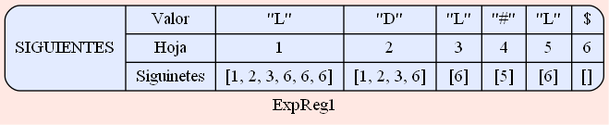
This is SIGUIENTES_202000119/Siguientes_ExpReg1.png from SergieArizandieta/OLC1-P1-202000119, a Graphviz export, as it was before one commit. Its source is kept beside it as SIGUIENTES_202000119/Siguientes_ExpReg1.dot.
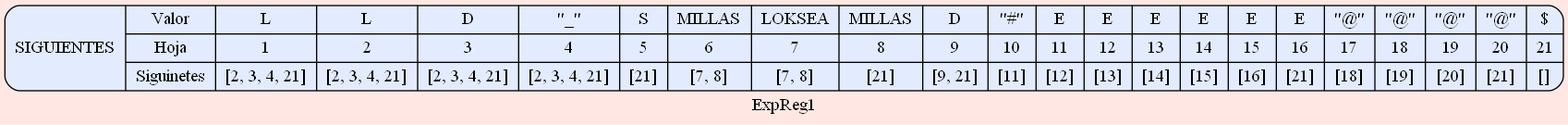
Later version of the same file.

The edit, as a diff of the source:
```diff
@@ -3,11 +3,26 @@
  node [shape=Mrecord fillcolor="#E3EBFF" style =filled];
 label ="ExpReg1"
 struct1 [label="SIGUIENTES| { Valor | Hoja| Siguinetes } |
-{ \"L\"| 1 | [1, 2, 3, 6, 6, 6]}|
-{ \"D\"| 2 | [1, 2, 3, 6]}|
-{ \"L\"| 3 | [6]}|
-{ \"#\"| 4 | [5]}|
-{ \"L\"| 5 | [6]}|
-{ $| 6 | []}
+{ L| 1 | [2, 3, 4, 21]}|
+{ L| 2 | [2, 3, 4, 21]}|
+{ D| 3 | [2, 3, 4, 21]}|
+{ \"_\"| 4 | [2, 3, 4, 21]}|
+{ S| 5 | [21]}|
+{ MILLAS| 6 | [7, 8]}|
+{ LOKSEA| 7 | [7, 8]}|
+{ MILLAS| 8 | [21]}|
+{ D| 9 | [9, 21]}|
+{ \"#\"| 10 | [11]}|
+{ E| 11 | [12]}|
+{ E| 12 | [13]}|
+{ E| 13 | [14]}|
+{ E| 14 | [15]}|
+{ E| 15 | [16]}|
+{ E| 16 | [21]}|
+{ \"@\"| 17 | [18]}|
+{ \"@\"| 18 | [19]}|
+{ \"@\"| 19 | [20]}|
+{ \"@\"| 20 | [21]}|
+{ $| 21 | []}
 "];
  }
```
